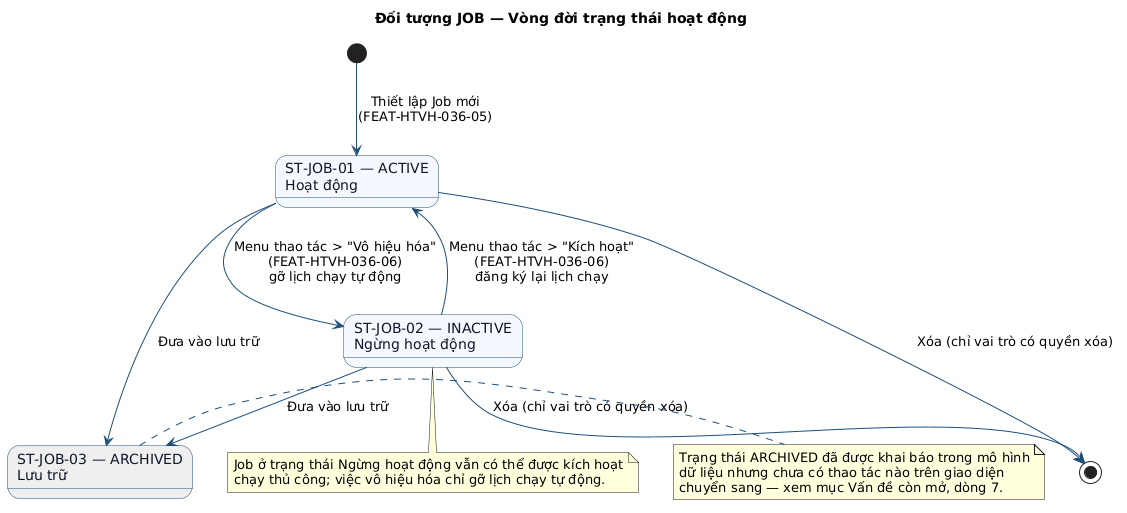
NgocTDA/cic-core-system keeps this PlantUML diagram as docs/specifications/diagrams/FUNC-HTVH-036_state-01.png. Above is the earlier version. Source of this version:
```plantuml
@startuml FUNC-HTVH-036_state-01
title Đối tượng JOB — Vòng đời trạng thái hoạt động

skinparam state {
  BackgroundColor #F5F8FF
  BorderColor #1F4E79
  FontColor #0F172A
}
skinparam ArrowColor #1F4E79

state "ST-JOB-01 — ACTIVE\nHoạt động" as ACTIVE
state "ST-JOB-02 — INACTIVE\nNgừng hoạt động" as INACTIVE
state "ST-JOB-03 — ARCHIVED\nLưu trữ" as ARCHIVED #EEEEEE

[*] --> ACTIVE : Thiết lập Job mới\n(FEAT-HTVH-036-05)

ACTIVE --> INACTIVE : Menu thao tác > "Vô hiệu hóa"\n(FEAT-HTVH-036-06)\ngỡ lịch chạy tự động
INACTIVE --> ACTIVE : Menu thao tác > "Kích hoạt"\n(FEAT-HTVH-036-06)\nđăng ký lại lịch chạy

ACTIVE --> ARCHIVED : Đưa vào lưu trữ
INACTIVE --> ARCHIVED : Đưa vào lưu trữ

ACTIVE --> [*] : Xóa (chỉ vai trò có quyền xóa)
INACTIVE --> [*] : Xóa (chỉ vai trò có quyền xóa)

note right of ARCHIVED
  Trạng thái ARCHIVED đã được khai báo trong mô hình
  dữ liệu nhưng chưa có thao tác nào trên giao diện
  chuyển sang — xem mục Vấn đề còn mở, dòng 7.
end note

note bottom of INACTIVE
  Job ở trạng thái Ngừng hoạt động vẫn có thể được kích hoạt
  chạy thủ công; việc vô hiệu hóa chỉ gỡ lịch chạy tự động.
end note

@enduml
```
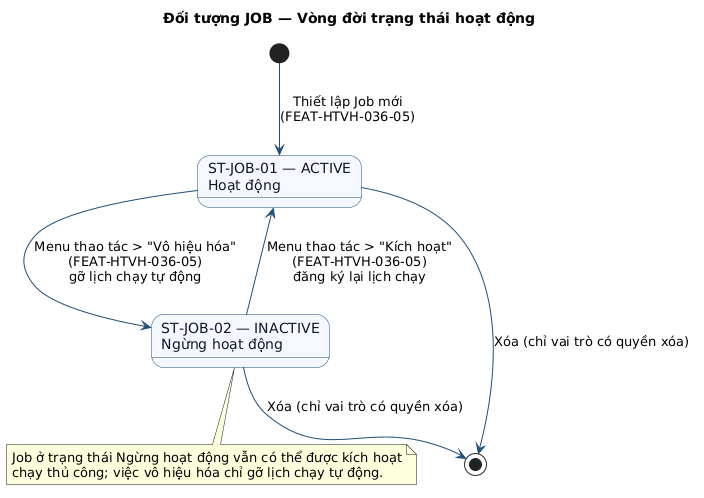
Above is the later version.

The edit, as a diff of the source:
```diff
@@ -10,24 +10,16 @@
 
 state "ST-JOB-01 — ACTIVE\nHoạt động" as ACTIVE
 state "ST-JOB-02 — INACTIVE\nNgừng hoạt động" as INACTIVE
-state "ST-JOB-03 — ARCHIVED\nLưu trữ" as ARCHIVED #EEEEEE
 
 [*] --> ACTIVE : Thiết lập Job mới\n(FEAT-HTVH-036-05)
 
-ACTIVE --> INACTIVE : Menu thao tác > "Vô hiệu hóa"\n(FEAT-HTVH-036-06)\ngỡ lịch chạy tự động
-INACTIVE --> ACTIVE : Menu thao tác > "Kích hoạt"\n(FEAT-HTVH-036-06)\nđăng ký lại lịch chạy
+ACTIVE --> INACTIVE : Menu thao tác > "Vô hiệu hóa"\n(FEAT-HTVH-036-05)\ngỡ lịch chạy tự động
+INACTIVE --> ACTIVE : Menu thao tác > "Kích hoạt"\n(FEAT-HTVH-036-05)\nđăng ký lại lịch chạy
 
-ACTIVE --> ARCHIVED : Đưa vào lưu trữ
-INACTIVE --> ARCHIVED : Đưa vào lưu trữ
 
 ACTIVE --> [*] : Xóa (chỉ vai trò có quyền xóa)
 INACTIVE --> [*] : Xóa (chỉ vai trò có quyền xóa)
 
-note right of ARCHIVED
-  Trạng thái ARCHIVED đã được khai báo trong mô hình
-  dữ liệu nhưng chưa có thao tác nào trên giao diện
-  chuyển sang — xem mục Vấn đề còn mở, dòng 7.
-end note
 
 note bottom of INACTIVE
   Job ở trạng thái Ngừng hoạt động vẫn có thể được kích hoạt
```
